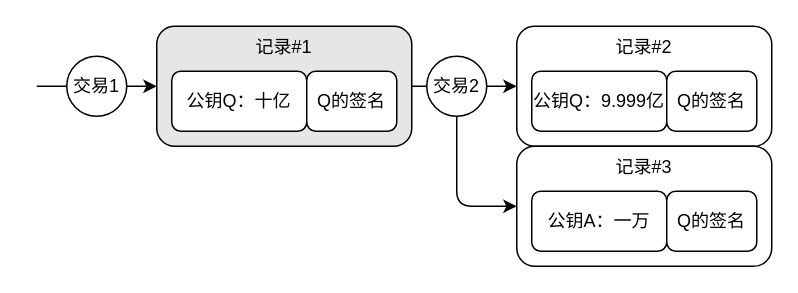
Before: page "tx2" (2 of 6) of draw/ch03.drawio in zxh0/blockchain-book, a draw.io diagram. Source tidied: cells renumbered, new cells numbered last; positions are measured from the earlier drawing's top-left corner, leaving out a move shared by most shapes. Both pictures are drawn from the tidied source at 150%, with x=0, y=0 at pixel (36, 26).
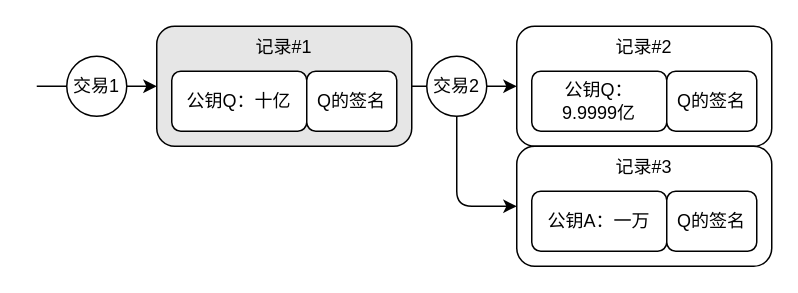
The same diagram, later.

The edit, as a diff of the source:
```diff
@@
 <mxGraphModel>
   <root>
     <mxCell id="0" />
     <mxCell id="1" parent="0" />
     <mxCell id="2" style="edgeStyle=none;html=1;exitX=1;exitY=0.5;exitDx=0;exitDy=0;entryX=0;entryY=0.5;entryDx=0;entryDy=0;" parent="1" edge="1" source="3" target="7">
       <mxGeometry relative="1" as="geometry" />
     </mxCell>
     <mxCell id="3" value="记录#1&lt;div&gt;&lt;br&gt;&lt;/div&gt;" style="rounded=1;whiteSpace=wrap;html=1;verticalAlign=top;fillColor=#E6E6E6;" parent="1" vertex="1">
       <mxGeometry x="80" width="170" height="80" as="geometry" />
     </mxCell>
     <mxCell id="4" style="endArrow=classic;html=1;entryX=0;entryY=0.5;entryDx=0;entryDy=0;" parent="1" edge="1" target="3">
       <mxGeometry relative="1" as="geometry">
         <mxPoint y="40" as="sourcePoint" />
       </mxGeometry>
     </mxCell>
     <mxCell id="5" value="公钥Q：十亿" style="rounded=1;whiteSpace=wrap;html=1;" parent="1" vertex="1">
       <mxGeometry x="90" y="30" width="90" height="40" as="geometry" />
     </mxCell>
     <mxCell id="6" value="Q的签名" style="rounded=1;whiteSpace=wrap;html=1;" parent="1" vertex="1">
       <mxGeometry x="180" y="30" width="60" height="40" as="geometry" />
     </mxCell>
     <mxCell id="7" value="记录#2" style="rounded=1;whiteSpace=wrap;html=1;verticalAlign=top;" parent="1" vertex="1">
       <mxGeometry x="320" width="170" height="80" as="geometry" />
     </mxCell>
-    <mxCell id="8" value="公钥Q：9.999亿" style="rounded=1;whiteSpace=wrap;html=1;" parent="1" vertex="1">
+    <mxCell id="8" value="公钥Q：&lt;br&gt;9.9999亿" style="rounded=1;whiteSpace=wrap;html=1;" parent="1" vertex="1">
       <mxGeometry x="330" y="30" width="90" height="40" as="geometry" />
     </mxCell>
     <mxCell id="9" value="Q的签名" style="rounded=1;whiteSpace=wrap;html=1;" parent="1" vertex="1">
       <mxGeometry x="420" y="30" width="60" height="40" as="geometry" />
     </mxCell>
     <mxCell id="10" value="记录#3&lt;div&gt;&lt;br&gt;&lt;/div&gt;" style="rounded=1;whiteSpace=wrap;html=1;verticalAlign=top;" parent="1" vertex="1">
       <mxGeometry x="320" y="80" width="170" height="80" as="geometry" />
     </mxCell>
     <mxCell id="11" value="公钥A：一万" style="rounded=1;whiteSpace=wrap;html=1;" parent="1" vertex="1">
       <mxGeometry x="330" y="110" width="90" height="40" as="geometry" />
     </mxCell>
     <mxCell id="12" value="Q的签名" style="rounded=1;whiteSpace=wrap;html=1;" parent="1" vertex="1">
       <mxGeometry x="420" y="110" width="60" height="40" as="geometry" />
     </mxCell>
     <mxCell id="13" value="交易1" style="ellipse;whiteSpace=wrap;html=1;" parent="1" vertex="1">
       <mxGeometry x="20" y="20" width="40" height="40" as="geometry" />
     </mxCell>
     <mxCell id="14" style="edgeStyle=none;html=1;exitX=0.5;exitY=1;exitDx=0;exitDy=0;entryX=0;entryY=0.5;entryDx=0;entryDy=0;" parent="1" edge="1" source="15" target="10">
       <mxGeometry relative="1" as="geometry">
         <Array as="points">
           <mxPoint x="280" y="120" />
         </Array>
       </mxGeometry>
     </mxCell>
     <mxCell id="15" value="交易2" style="ellipse;whiteSpace=wrap;html=1;" parent="1" vertex="1">
       <mxGeometry x="260" y="20" width="40" height="40" as="geometry" />
     </mxCell>
   </root>
 </mxGraphModel>
```
